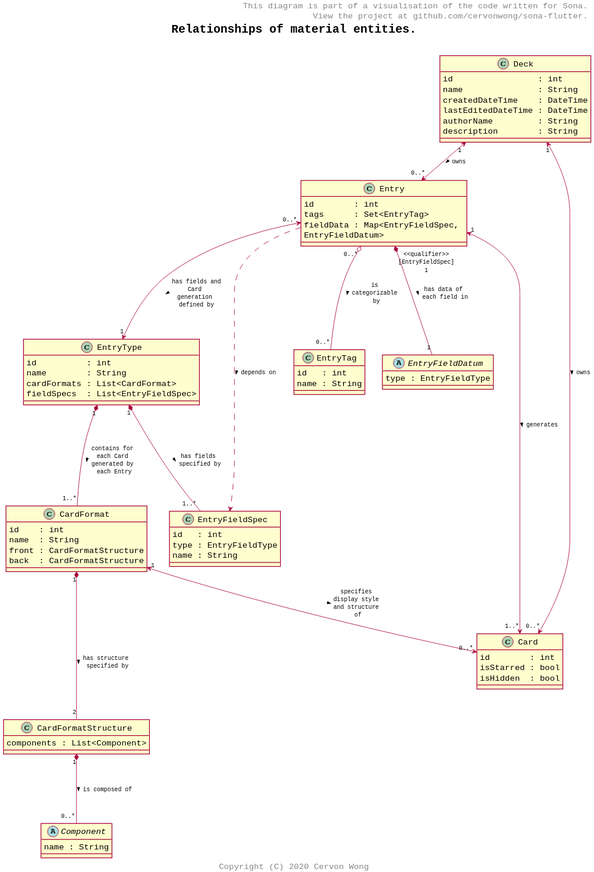
The PlantUML diagram puml/material_entities.svg in cervonwong/sona-flutter, before a commit.
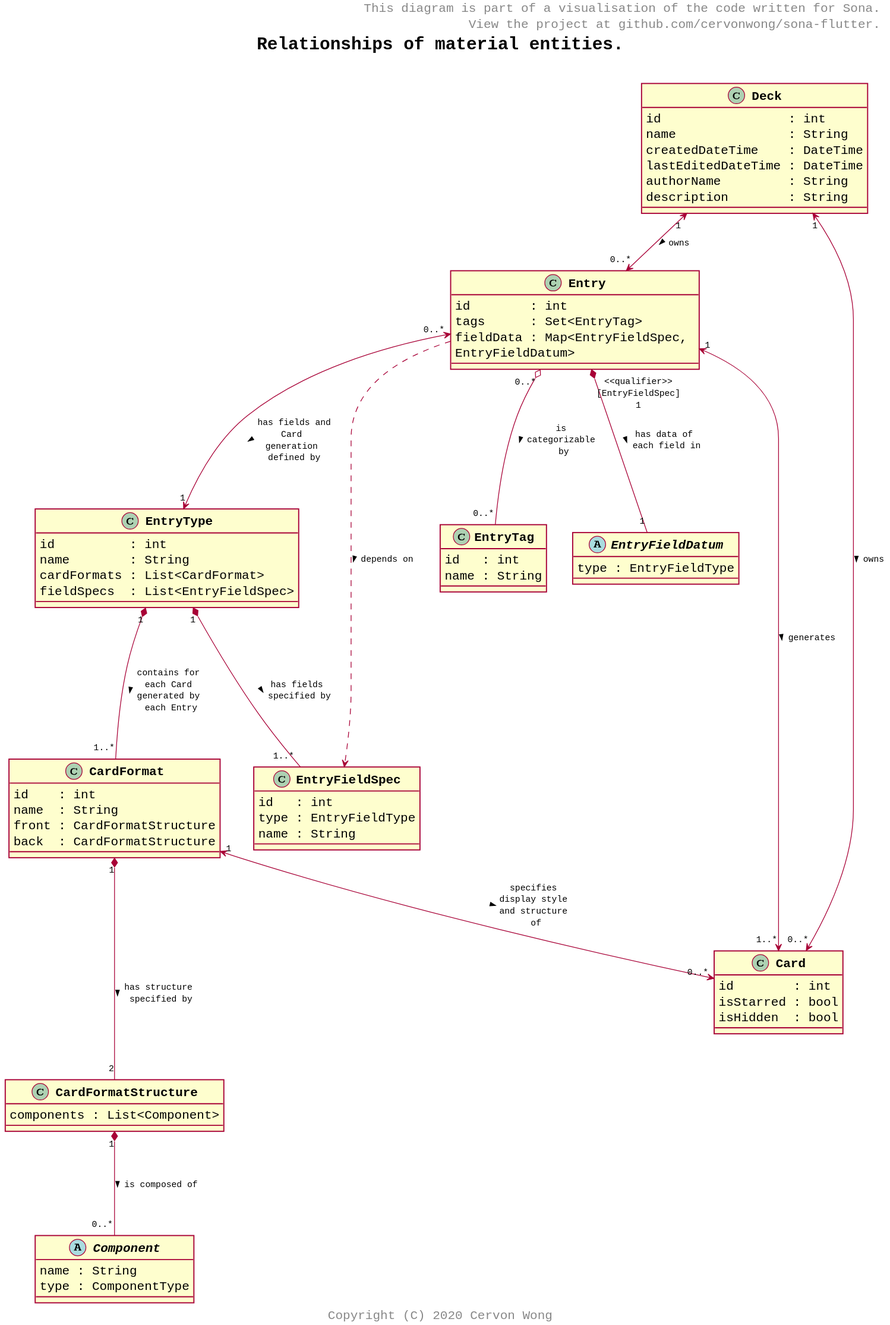
Later version of the same file.

Change to the diagram source:
```diff
@@ -6,6 +6,7 @@
 skinparam shadowing false
 skinparam defaultFontName monospaced
 skinparam defaultFontSize 16
+skinparam classFontStyle bold
 skinparam arrowFontSize 12
 skinparam titleFontSize 24
 skinparam titleFontStyle bold
@@ -70,6 +71,7 @@
 
 abstract class Component {
 	name : String
+	type : ComponentType
 }
 
 Deck                "1"                                  <--> "0..*" Entry               : owns >
```
